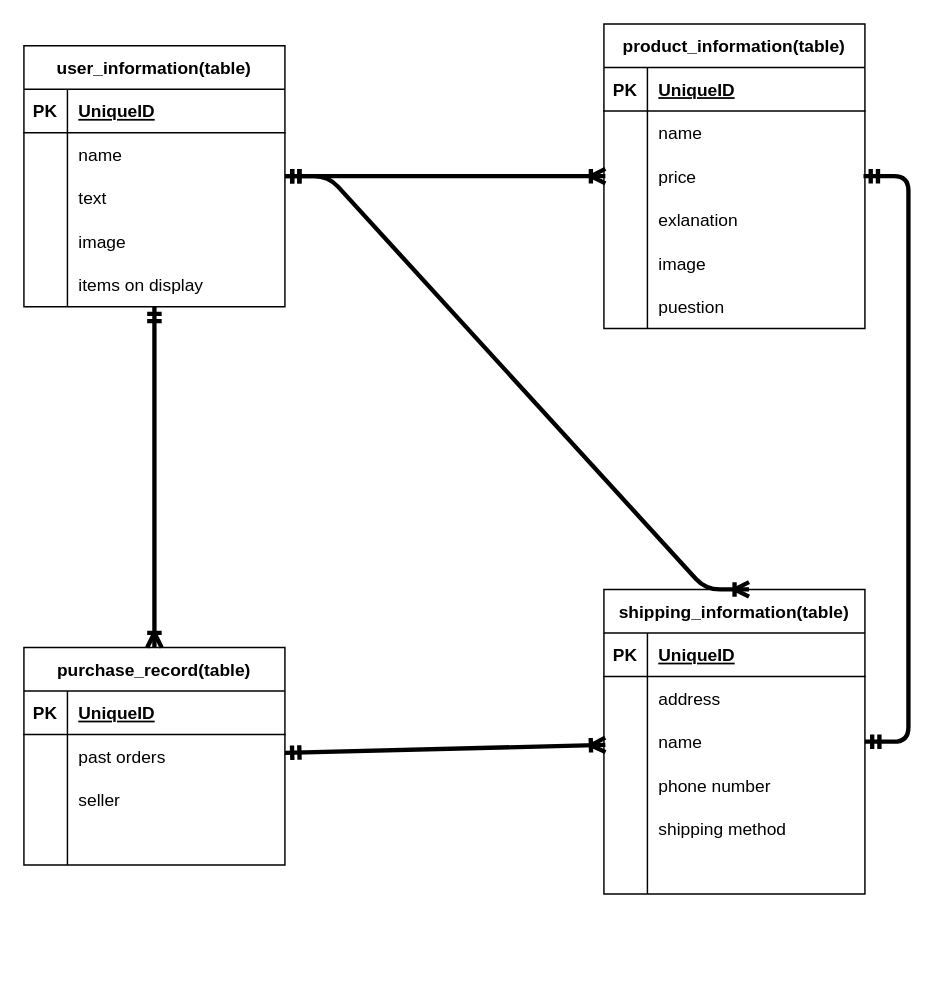
Above: furima.dio in nemuo1208/furima-40138 (draw.io), before the change. Source tidied: cells renumbered, new cells numbered last; positions are measured from the earlier drawing's top-left corner, leaving out a move shared by most shapes. Both pictures are drawn from the tidied source at 145%, with x=0, y=0 at pixel (23, 23).
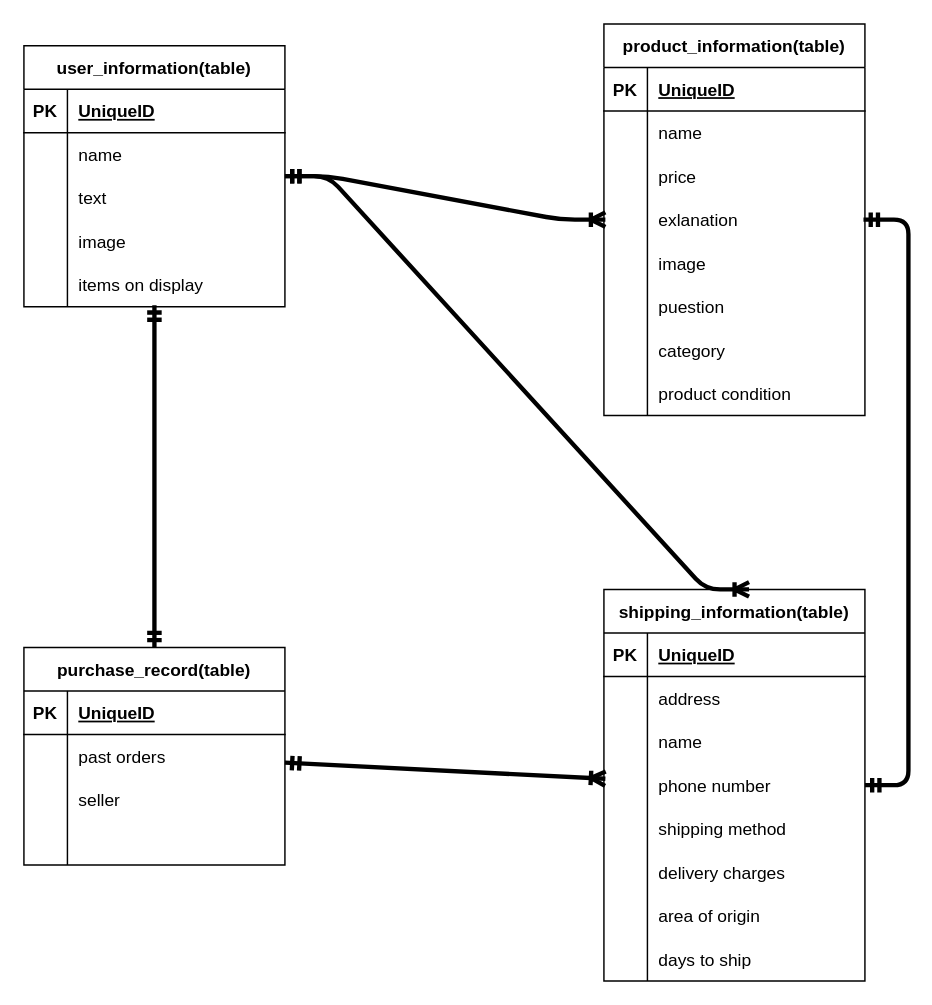
The same diagram, later.

Commit message (it also covers changes not shown here):
データーベース２

The change refers to these unchanged cells:
```xml
<mxCell id="2" value="user_information(table)" style="shape=table;startSize=30;childLayout=tableLayout;rowLines=0;fontStyle=1;align=center;verticalAlign=middle;" parent="1" vertex="1">
  <mxGeometry y="15" width="180" height="180" as="geometry" />
</mxCell>
<mxCell id="37" value="purchase_record(table)" style="shape=table;startSize=30;childLayout=tableLayout;rowLines=0;fontStyle=1;align=center;" parent="1" vertex="1">
  <mxGeometry y="430" width="180" height="150" as="geometry" />
</mxCell>
<mxCell id="66" style="shape=tableRow;horizontal=0;startSize=0;swimlaneHead=0;swimlaneBody=0;fillColor=none;top=0;left=0;right=0;bottom=0;" parent="50" vertex="1">
  <mxGeometry y="180" width="180" height="30" as="geometry" />
</mxCell>
```

Diff of the diagram source:
```diff
@@
     <mxCell id="18" value="product_information(table)" style="shape=table;startSize=30;childLayout=tableLayout;rowLines=0;fontStyle=1;align=center;" parent="1" vertex="1">
-      <mxGeometry x="400" width="180" height="210" as="geometry" />
+      <mxGeometry x="400" width="180" height="270" as="geometry" />
     </mxCell>
@@
+    <mxCell id="74" style="shape=tableRow;horizontal=0;startSize=0;swimlaneHead=0;swimlaneBody=0;fillColor=none;top=0;left=0;right=0;bottom=0;" parent="18" vertex="1">
+      <mxGeometry y="210" width="180" height="30" as="geometry" />
+    </mxCell>
+    <mxCell id="75" style="shape=partialRectangle;fillColor=none;top=0;left=0;bottom=0;right=0;overflow=hidden;" parent="74" vertex="1">
+      <mxGeometry width="30" height="30" as="geometry" />
+    </mxCell>
+    <mxCell id="76" value="category" style="shape=partialRectangle;fillColor=none;top=0;left=0;bottom=0;right=0;align=left;spacingLeft=6;overflow=hidden;" parent="74" vertex="1">
+      <mxGeometry x="30" width="150" height="30" as="geometry" />
+    </mxCell>
+    <mxCell id="77" style="shape=tableRow;horizontal=0;startSize=0;swimlaneHead=0;swimlaneBody=0;fillColor=none;top=0;left=0;right=0;bottom=0;" parent="18" vertex="1">
+      <mxGeometry y="240" width="180" height="30" as="geometry" />
+    </mxCell>
+    <mxCell id="78" style="shape=partialRectangle;fillColor=none;top=0;left=0;bottom=0;right=0;overflow=hidden;" parent="77" vertex="1">
+      <mxGeometry width="30" height="30" as="geometry" />
+    </mxCell>
+    <mxCell id="79" value="product condition" style="shape=partialRectangle;fillColor=none;top=0;left=0;bottom=0;right=0;align=left;spacingLeft=6;overflow=hidden;" parent="77" vertex="1">
+      <mxGeometry x="30" width="150" height="30" as="geometry" />
+    </mxCell>
@@
     <mxCell id="50" value="shipping_information(table)" style="shape=table;startSize=30;childLayout=tableLayout;rowLines=0;fontStyle=1;align=center;" parent="1" vertex="1">
-      <mxGeometry x="400" y="390" width="180" height="210" as="geometry" />
+      <mxGeometry x="400" y="390" width="180" height="270" as="geometry" />
     </mxCell>
@@
-    <mxCell id="68" style="shape=partialRectangle;fillColor=none;top=0;left=0;bottom=0;right=0;align=left;spacingLeft=6;overflow=hidden;" parent="66" vertex="1">
+    <mxCell id="68" value="delivery charges" style="shape=partialRectangle;fillColor=none;top=0;left=0;bottom=0;right=0;align=left;spacingLeft=6;overflow=hidden;" parent="66" vertex="1">
       <mxGeometry x="30" width="150" height="30" as="geometry" />
     </mxCell>
+    <mxCell id="80" style="shape=tableRow;horizontal=0;startSize=0;swimlaneHead=0;swimlaneBody=0;fillColor=none;top=0;left=0;right=0;bottom=0;" parent="50" vertex="1">
+      <mxGeometry y="210" width="180" height="30" as="geometry" />
+    </mxCell>
+    <mxCell id="81" style="shape=partialRectangle;fillColor=none;top=0;left=0;bottom=0;right=0;overflow=hidden;" parent="80" vertex="1">
+      <mxGeometry width="30" height="30" as="geometry" />
+    </mxCell>
+    <mxCell id="82" value="area of origin" style="shape=partialRectangle;fillColor=none;top=0;left=0;bottom=0;right=0;align=left;spacingLeft=6;overflow=hidden;" parent="80" vertex="1">
+      <mxGeometry x="30" width="150" height="30" as="geometry" />
+    </mxCell>
+    <mxCell id="83" style="shape=tableRow;horizontal=0;startSize=0;swimlaneHead=0;swimlaneBody=0;fillColor=none;top=0;left=0;right=0;bottom=0;" parent="50" vertex="1">
+      <mxGeometry y="240" width="180" height="30" as="geometry" />
+    </mxCell>
+    <mxCell id="84" style="shape=partialRectangle;fillColor=none;top=0;left=0;bottom=0;right=0;overflow=hidden;" parent="83" vertex="1">
+      <mxGeometry width="30" height="30" as="geometry" />
+    </mxCell>
+    <mxCell id="85" value="days to ship" style="shape=partialRectangle;fillColor=none;top=0;left=0;bottom=0;right=0;align=left;spacingLeft=6;overflow=hidden;" parent="83" vertex="1">
+      <mxGeometry x="30" width="150" height="30" as="geometry" />
+    </mxCell>
@@
-    <mxCell id="71" style="fontSize=12;html=1;endArrow=ERoneToMany;startArrow=ERmandOne;strokeWidth=3;targetPerimeterSpacing=-1;elbow=vertical;entryX=0.5;entryY=0;entryDx=0;entryDy=0;" parent="1" edge="1" source="2" target="37">
-      <mxGeometry relative="1" as="geometry" />
-    </mxCell>
@@
+    <mxCell id="86" style="fontSize=12;html=1;endArrow=ERmandOne;startArrow=ERmandOne;strokeWidth=3;targetPerimeterSpacing=-1;elbow=vertical;" parent="1" edge="1" source="37" target="2">
+      <mxGeometry relative="1" as="geometry" />
+    </mxCell>
```
